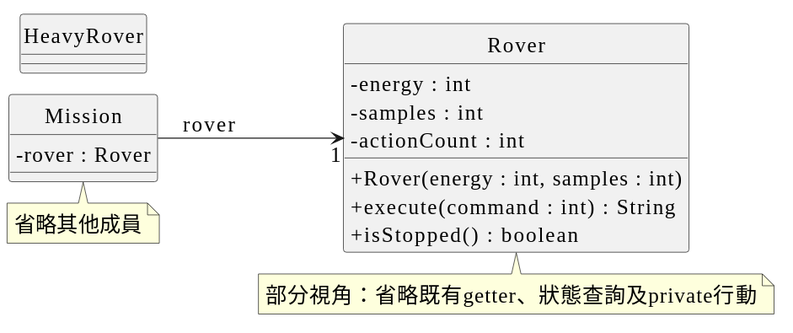
Bonnietang2233/115_1_Java keeps this PlantUML diagram as 115.11.20/diagrams/heavy_practice.svg. Above is the earlier version.
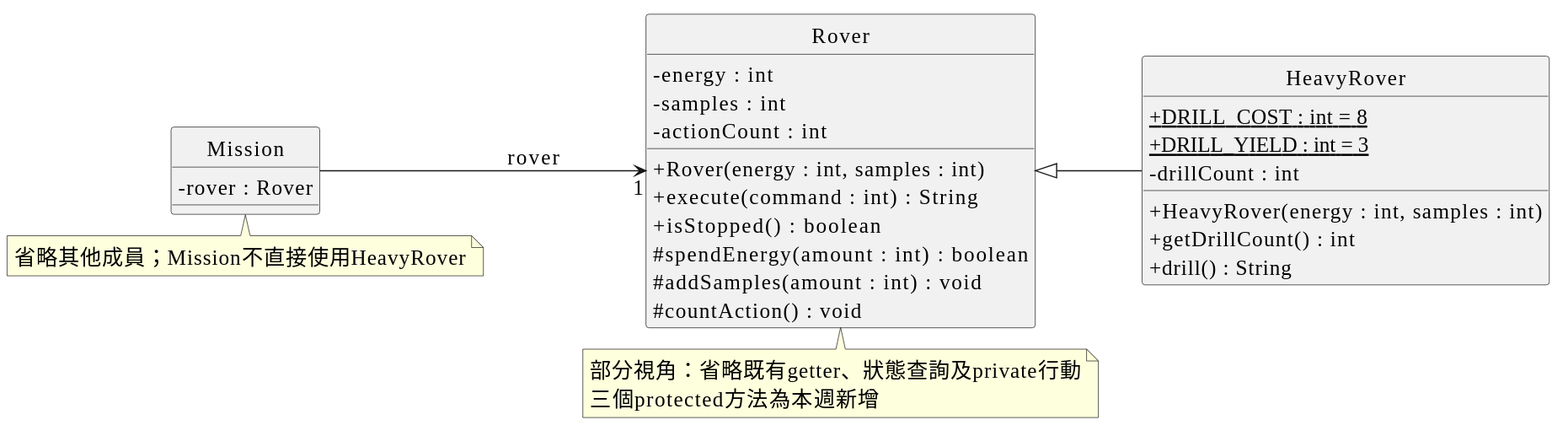
Later version of the same file.

Change to the diagram source:
```diff
@@ -12,13 +12,26 @@
   + Rover(energy : int, samples : int)
   + execute(command : int) : String
   + isStopped() : boolean
+  # spendEnergy(amount : int) : boolean
+  # addSamples(amount : int) : void
+  # countAction() : void
 }
 class HeavyRover {
+  + {static} DRILL_COST : int = 8
+  + {static} DRILL_YIELD : int = 3
+  - drillCount : int
+  + HeavyRover(energy : int, samples : int)
+  + getDrillCount() : int
+  + drill() : String
 }
 class Mission {
   - rover : Rover
 }
 Mission --> "1" Rover : rover
-note bottom of Rover : 部分視角：省略既有getter、狀態查詢及private行動
-note bottom of Mission : 省略其他成員
+Rover <|-- HeavyRover
+note bottom of Rover
+部分視角：省略既有getter、狀態查詢及private行動
+三個protected方法為本週新增
+end note
+note bottom of Mission : 省略其他成員；Mission不直接使用HeavyRover
 @enduml
```
